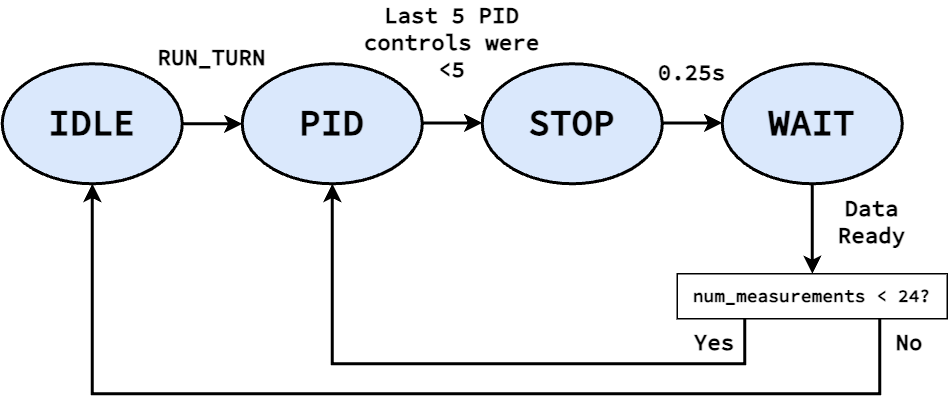
Earlier version of the draw.io export docs/img/lab9/state_machine.png (Aidan-McNay/fast-robots-docs). Source tidied: cells renumbered, new cells last; positions are measured from the earlier drawing's top-left corner, leaving out a move shared by most shapes. Its diagram source:
```xml
<mxGraphModel>
  <root>
    <mxCell id="0" />
    <mxCell id="1" parent="0" />
    <mxCell id="2" value="&lt;b&gt;&lt;font style=&quot;font-size: 24px;&quot; face=&quot;Source Code Pro&quot;&gt;IDLE&lt;/font&gt;&lt;/b&gt;" style="ellipse;whiteSpace=wrap;html=1;fillColor=#dae8fc;strokeColor=#000000;strokeWidth=2;" parent="1" vertex="1">
      <mxGeometry y="30" width="120" height="80" as="geometry" />
    </mxCell>
    <mxCell id="3" value="&lt;b&gt;&lt;font style=&quot;font-size: 24px;&quot; face=&quot;Source Code Pro&quot;&gt;PID&lt;/font&gt;&lt;/b&gt;" style="ellipse;whiteSpace=wrap;html=1;fillColor=#dae8fc;strokeColor=#000000;strokeWidth=2;" parent="1" vertex="1">
      <mxGeometry x="160" y="30" width="120" height="80" as="geometry" />
    </mxCell>
    <mxCell id="4" value="&lt;b&gt;&lt;font style=&quot;font-size: 24px;&quot; face=&quot;Source Code Pro&quot;&gt;STOP&lt;/font&gt;&lt;/b&gt;" style="ellipse;whiteSpace=wrap;html=1;fillColor=#dae8fc;strokeColor=#000000;strokeWidth=2;" parent="1" vertex="1">
      <mxGeometry x="320" y="30" width="120" height="80" as="geometry" />
    </mxCell>
    <mxCell id="5" value="&lt;b&gt;&lt;font style=&quot;font-size: 24px;&quot; face=&quot;Source Code Pro&quot;&gt;WAIT&lt;/font&gt;&lt;/b&gt;" style="ellipse;whiteSpace=wrap;html=1;fillColor=#dae8fc;strokeColor=#000000;strokeWidth=2;" parent="1" vertex="1">
      <mxGeometry x="480" y="30" width="120" height="80" as="geometry" />
    </mxCell>
    <mxCell id="6" style="endArrow=classic;html=1;rounded=0;strokeWidth=2;exitX=1;exitY=0.5;exitDx=0;exitDy=0;" parent="1" edge="1" source="2">
      <mxGeometry relative="1" as="geometry">
        <mxPoint x="160" y="70" as="targetPoint" />
      </mxGeometry>
    </mxCell>
    <mxCell id="7" value="&lt;font style=&quot;font-size: 15px;&quot; face=&quot;Source Code Pro&quot;&gt;&lt;b style=&quot;&quot;&gt;RUN_TURN&lt;/b&gt;&lt;/font&gt;" style="text;html=1;align=center;verticalAlign=middle;whiteSpace=wrap;rounded=0;" parent="1" vertex="1">
      <mxGeometry x="110" y="10" width="60" height="30" as="geometry" />
    </mxCell>
    <mxCell id="8" style="endArrow=classic;html=1;rounded=0;strokeWidth=2;exitX=1;exitY=0.5;exitDx=0;exitDy=0;" parent="1" edge="1">
      <mxGeometry relative="1" as="geometry">
        <mxPoint x="280" y="69.5" as="sourcePoint" />
        <mxPoint x="320" y="69.5" as="targetPoint" />
      </mxGeometry>
    </mxCell>
    <mxCell id="9" value="&lt;font face=&quot;Source Code Pro&quot;&gt;&lt;span style=&quot;font-size: 15px;&quot;&gt;&lt;b&gt;Last 5 PID controls were &amp;lt;5&lt;/b&gt;&lt;/span&gt;&lt;/font&gt;" style="text;html=1;align=center;verticalAlign=middle;whiteSpace=wrap;rounded=0;" parent="1" vertex="1">
      <mxGeometry x="240" width="120" height="30" as="geometry" />
    </mxCell>
    <mxCell id="10" style="endArrow=classic;html=1;rounded=0;strokeWidth=2;exitX=1;exitY=0.5;exitDx=0;exitDy=0;" parent="1" edge="1">
      <mxGeometry relative="1" as="geometry">
        <mxPoint x="440" y="69.5" as="sourcePoint" />
        <mxPoint x="480" y="69.5" as="targetPoint" />
      </mxGeometry>
    </mxCell>
    <mxCell id="11" value="&lt;font face=&quot;Source Code Pro&quot;&gt;&lt;span style=&quot;font-size: 15px;&quot;&gt;&lt;b&gt;0.25s&lt;/b&gt;&lt;/span&gt;&lt;/font&gt;" style="text;html=1;align=center;verticalAlign=middle;whiteSpace=wrap;rounded=0;" parent="1" vertex="1">
      <mxGeometry x="420" y="20" width="80" height="30" as="geometry" />
    </mxCell>
    <mxCell id="12" style="endArrow=classic;html=1;rounded=0;strokeWidth=2;exitX=0.5;exitY=1;exitDx=0;exitDy=0;entryX=0.5;entryY=0;entryDx=0;entryDy=0;" parent="1" edge="1" source="5" target="14">
      <mxGeometry relative="1" as="geometry" />
    </mxCell>
    <mxCell id="13" value="&lt;font face=&quot;Source Code Pro&quot;&gt;&lt;span style=&quot;font-size: 15px;&quot;&gt;&lt;b&gt;Data Ready&lt;/b&gt;&lt;/span&gt;&lt;/font&gt;" style="text;html=1;align=center;verticalAlign=middle;whiteSpace=wrap;rounded=0;" parent="1" vertex="1">
      <mxGeometry x="540" y="120" width="80" height="30" as="geometry" />
    </mxCell>
    <mxCell id="14" value="&lt;font face=&quot;Source Code Pro&quot;&gt;&lt;b&gt;num_measurements &amp;lt; 24?&lt;/b&gt;&lt;/font&gt;" style="rounded=0;whiteSpace=wrap;html=1;" parent="1" vertex="1">
      <mxGeometry x="450" y="170" width="180" height="30" as="geometry" />
    </mxCell>
    <mxCell id="15" style="endArrow=classic;html=1;rounded=0;strokeWidth=2;exitX=0.25;exitY=1;exitDx=0;exitDy=0;entryX=0.5;entryY=1;entryDx=0;entryDy=0;" parent="1" edge="1" source="14" target="3">
      <mxGeometry relative="1" as="geometry">
        <Array as="points">
          <mxPoint x="495" y="230" />
          <mxPoint x="220" y="230" />
        </Array>
      </mxGeometry>
    </mxCell>
    <mxCell id="16" value="&lt;font face=&quot;Source Code Pro&quot;&gt;&lt;span style=&quot;font-size: 15px;&quot;&gt;&lt;b&gt;Yes&lt;/b&gt;&lt;/span&gt;&lt;/font&gt;" style="text;html=1;align=center;verticalAlign=middle;whiteSpace=wrap;rounded=0;" parent="1" vertex="1">
      <mxGeometry x="450" y="200" width="50" height="30" as="geometry" />
    </mxCell>
    <mxCell id="17" style="endArrow=classic;html=1;rounded=0;strokeWidth=2;exitX=0.75;exitY=1;exitDx=0;exitDy=0;entryX=0.5;entryY=1;entryDx=0;entryDy=0;" parent="1" edge="1" source="14" target="2">
      <mxGeometry relative="1" as="geometry">
        <Array as="points">
          <mxPoint x="585" y="250" />
          <mxPoint x="60" y="250" />
        </Array>
      </mxGeometry>
    </mxCell>
    <mxCell id="18" value="&lt;font face=&quot;Source Code Pro&quot;&gt;&lt;span style=&quot;font-size: 15px;&quot;&gt;&lt;b&gt;No&lt;/b&gt;&lt;/span&gt;&lt;/font&gt;" style="text;html=1;align=center;verticalAlign=middle;whiteSpace=wrap;rounded=0;" parent="1" vertex="1">
      <mxGeometry x="580" y="200" width="50" height="30" as="geometry" />
    </mxCell>
  </root>
</mxGraphModel>
```
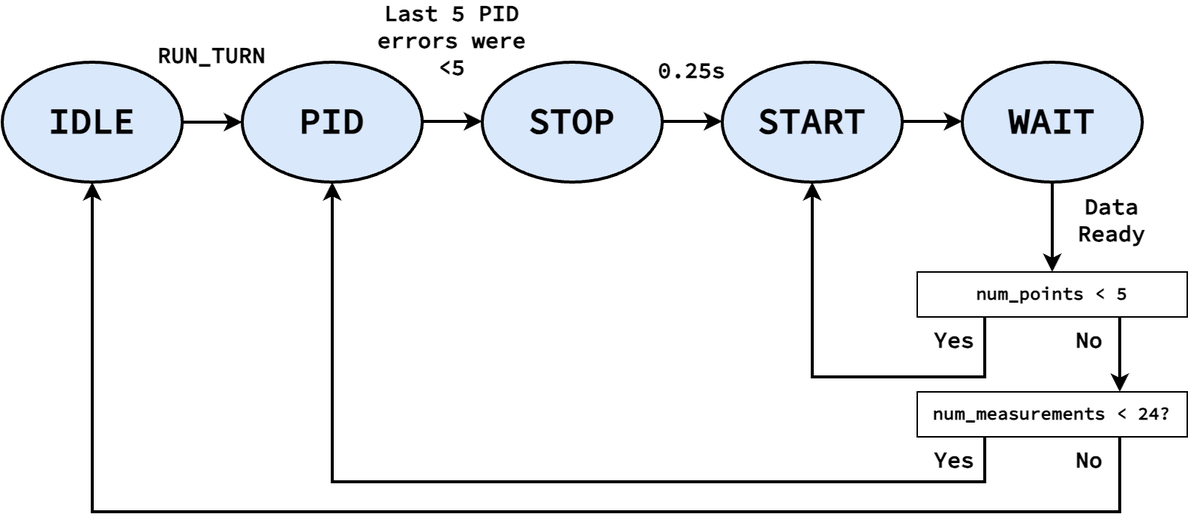
The same diagram one commit later.

Commit message:
Working on Lab 9

Change to the diagram source:
```diff
@@ -11,8 +11,11 @@
     <mxCell id="4" value="&lt;b&gt;&lt;font style=&quot;font-size: 24px;&quot; face=&quot;Source Code Pro&quot;&gt;STOP&lt;/font&gt;&lt;/b&gt;" style="ellipse;whiteSpace=wrap;html=1;fillColor=#dae8fc;strokeColor=#000000;strokeWidth=2;" parent="1" vertex="1">
       <mxGeometry x="320" y="30" width="120" height="80" as="geometry" />
     </mxCell>
+    <mxCell id="19" value="&lt;b&gt;&lt;font style=&quot;font-size: 24px;&quot; face=&quot;Source Code Pro&quot;&gt;START&lt;/font&gt;&lt;/b&gt;" style="ellipse;whiteSpace=wrap;html=1;fillColor=#dae8fc;strokeColor=#000000;strokeWidth=2;" parent="1" vertex="1">
+      <mxGeometry x="480" y="30" width="120" height="80" as="geometry" />
+    </mxCell>
     <mxCell id="5" value="&lt;b&gt;&lt;font style=&quot;font-size: 24px;&quot; face=&quot;Source Code Pro&quot;&gt;WAIT&lt;/font&gt;&lt;/b&gt;" style="ellipse;whiteSpace=wrap;html=1;fillColor=#dae8fc;strokeColor=#000000;strokeWidth=2;" parent="1" vertex="1">
-      <mxGeometry x="480" y="30" width="120" height="80" as="geometry" />
+      <mxGeometry x="640" y="30" width="120" height="80" as="geometry" />
     </mxCell>
     <mxCell id="6" style="endArrow=classic;html=1;rounded=0;strokeWidth=2;exitX=1;exitY=0.5;exitDx=0;exitDy=0;" parent="1" edge="1" source="2">
       <mxGeometry relative="1" as="geometry">
@@ -28,7 +31,7 @@
         <mxPoint x="320" y="69.5" as="targetPoint" />
       </mxGeometry>
     </mxCell>
-    <mxCell id="9" value="&lt;font face=&quot;Source Code Pro&quot;&gt;&lt;span style=&quot;font-size: 15px;&quot;&gt;&lt;b&gt;Last 5 PID controls were &amp;lt;5&lt;/b&gt;&lt;/span&gt;&lt;/font&gt;" style="text;html=1;align=center;verticalAlign=middle;whiteSpace=wrap;rounded=0;" parent="1" vertex="1">
+    <mxCell id="9" value="&lt;font face=&quot;Source Code Pro&quot;&gt;&lt;span style=&quot;font-size: 15px;&quot;&gt;&lt;b&gt;Last 5 PID errors were &amp;lt;5&lt;/b&gt;&lt;/span&gt;&lt;/font&gt;" style="text;html=1;align=center;verticalAlign=middle;whiteSpace=wrap;rounded=0;" parent="1" vertex="1">
       <mxGeometry x="240" width="120" height="30" as="geometry" />
     </mxCell>
     <mxCell id="10" style="endArrow=classic;html=1;rounded=0;strokeWidth=2;exitX=1;exitY=0.5;exitDx=0;exitDy=0;" parent="1" edge="1">
@@ -40,36 +43,65 @@
     <mxCell id="11" value="&lt;font face=&quot;Source Code Pro&quot;&gt;&lt;span style=&quot;font-size: 15px;&quot;&gt;&lt;b&gt;0.25s&lt;/b&gt;&lt;/span&gt;&lt;/font&gt;" style="text;html=1;align=center;verticalAlign=middle;whiteSpace=wrap;rounded=0;" parent="1" vertex="1">
       <mxGeometry x="420" y="20" width="80" height="30" as="geometry" />
     </mxCell>
+    <mxCell id="20" style="endArrow=classic;html=1;rounded=0;strokeWidth=2;exitX=1;exitY=0.5;exitDx=0;exitDy=0;" parent="1" edge="1">
+      <mxGeometry relative="1" as="geometry">
+        <mxPoint x="600" y="69.5" as="sourcePoint" />
+        <mxPoint x="640" y="69.5" as="targetPoint" />
+      </mxGeometry>
+    </mxCell>
-    <mxCell id="12" style="endArrow=classic;html=1;rounded=0;strokeWidth=2;exitX=0.5;exitY=1;exitDx=0;exitDy=0;entryX=0.5;entryY=0;entryDx=0;entryDy=0;" parent="1" edge="1" source="5" target="14">
-      <mxGeometry relative="1" as="geometry" />
+    <mxCell id="12" style="endArrow=classic;html=1;rounded=0;strokeWidth=2;exitX=0.5;exitY=1;exitDx=0;exitDy=0;" parent="1" edge="1">
+      <mxGeometry relative="1" as="geometry">
+        <mxPoint x="700" y="110" as="sourcePoint" />
+        <mxPoint x="700" y="170" as="targetPoint" />
+      </mxGeometry>
     </mxCell>
     <mxCell id="13" value="&lt;font face=&quot;Source Code Pro&quot;&gt;&lt;span style=&quot;font-size: 15px;&quot;&gt;&lt;b&gt;Data Ready&lt;/b&gt;&lt;/span&gt;&lt;/font&gt;" style="text;html=1;align=center;verticalAlign=middle;whiteSpace=wrap;rounded=0;" parent="1" vertex="1">
-      <mxGeometry x="540" y="120" width="80" height="30" as="geometry" />
+      <mxGeometry x="700" y="120" width="80" height="30" as="geometry" />
     </mxCell>
     <mxCell id="14" value="&lt;font face=&quot;Source Code Pro&quot;&gt;&lt;b&gt;num_measurements &amp;lt; 24?&lt;/b&gt;&lt;/font&gt;" style="rounded=0;whiteSpace=wrap;html=1;" parent="1" vertex="1">
-      <mxGeometry x="450" y="170" width="180" height="30" as="geometry" />
+      <mxGeometry x="610" y="250" width="180" height="30" as="geometry" />
     </mxCell>
     <mxCell id="15" style="endArrow=classic;html=1;rounded=0;strokeWidth=2;exitX=0.25;exitY=1;exitDx=0;exitDy=0;entryX=0.5;entryY=1;entryDx=0;entryDy=0;" parent="1" edge="1" source="14" target="3">
       <mxGeometry relative="1" as="geometry">
         <Array as="points">
-          <mxPoint x="495" y="230" />
-          <mxPoint x="220" y="230" />
+          <mxPoint x="655" y="310" />
+          <mxPoint x="220" y="310" />
         </Array>
       </mxGeometry>
     </mxCell>
     <mxCell id="16" value="&lt;font face=&quot;Source Code Pro&quot;&gt;&lt;span style=&quot;font-size: 15px;&quot;&gt;&lt;b&gt;Yes&lt;/b&gt;&lt;/span&gt;&lt;/font&gt;" style="text;html=1;align=center;verticalAlign=middle;whiteSpace=wrap;rounded=0;" parent="1" vertex="1">
-      <mxGeometry x="450" y="200" width="50" height="30" as="geometry" />
+      <mxGeometry x="610" y="280" width="50" height="30" as="geometry" />
     </mxCell>
     <mxCell id="17" style="endArrow=classic;html=1;rounded=0;strokeWidth=2;exitX=0.75;exitY=1;exitDx=0;exitDy=0;entryX=0.5;entryY=1;entryDx=0;entryDy=0;" parent="1" edge="1" source="14" target="2">
       <mxGeometry relative="1" as="geometry">
         <Array as="points">
-          <mxPoint x="585" y="250" />
-          <mxPoint x="60" y="250" />
+          <mxPoint x="745" y="330" />
+          <mxPoint x="60" y="330" />
         </Array>
       </mxGeometry>
     </mxCell>
     <mxCell id="18" value="&lt;font face=&quot;Source Code Pro&quot;&gt;&lt;span style=&quot;font-size: 15px;&quot;&gt;&lt;b&gt;No&lt;/b&gt;&lt;/span&gt;&lt;/font&gt;" style="text;html=1;align=center;verticalAlign=middle;whiteSpace=wrap;rounded=0;" parent="1" vertex="1">
-      <mxGeometry x="580" y="200" width="50" height="30" as="geometry" />
+      <mxGeometry x="700" y="280" width="50" height="30" as="geometry" />
     </mxCell>
+    <mxCell id="21" value="&lt;font face=&quot;Source Code Pro&quot;&gt;&lt;b&gt;num_points &amp;lt; 5&lt;/b&gt;&lt;/font&gt;" style="rounded=0;whiteSpace=wrap;html=1;" parent="1" vertex="1">
+      <mxGeometry x="610" y="170" width="180" height="30" as="geometry" />
+    </mxCell>
+    <mxCell id="22" value="&lt;font face=&quot;Source Code Pro&quot;&gt;&lt;span style=&quot;font-size: 15px;&quot;&gt;&lt;b&gt;No&lt;/b&gt;&lt;/span&gt;&lt;/font&gt;" style="text;html=1;align=center;verticalAlign=middle;whiteSpace=wrap;rounded=0;" parent="1" vertex="1">
+      <mxGeometry x="700" y="200" width="50" height="30" as="geometry" />
+    </mxCell>
+    <mxCell id="23" style="endArrow=classic;html=1;rounded=0;strokeWidth=2;exitX=0.75;exitY=1;exitDx=0;exitDy=0;entryX=0.75;entryY=0;entryDx=0;entryDy=0;" parent="1" edge="1" source="21" target="14">
+      <mxGeometry relative="1" as="geometry" />
+    </mxCell>
+    <mxCell id="24" style="endArrow=classic;html=1;rounded=0;strokeWidth=2;exitX=0.25;exitY=1;exitDx=0;exitDy=0;entryX=0.5;entryY=1;entryDx=0;entryDy=0;" parent="1" edge="1" source="21" target="19">
+      <mxGeometry relative="1" as="geometry">
+        <Array as="points">
+          <mxPoint x="655" y="240" />
+          <mxPoint x="540" y="240" />
+        </Array>
+      </mxGeometry>
+    </mxCell>
+    <mxCell id="25" value="&lt;font face=&quot;Source Code Pro&quot;&gt;&lt;span style=&quot;font-size: 15px;&quot;&gt;&lt;b&gt;Yes&lt;/b&gt;&lt;/span&gt;&lt;/font&gt;" style="text;html=1;align=center;verticalAlign=middle;whiteSpace=wrap;rounded=0;" parent="1" vertex="1">
+      <mxGeometry x="610" y="200" width="50" height="30" as="geometry" />
+    </mxCell>
   </root>
 </mxGraphModel>
```
